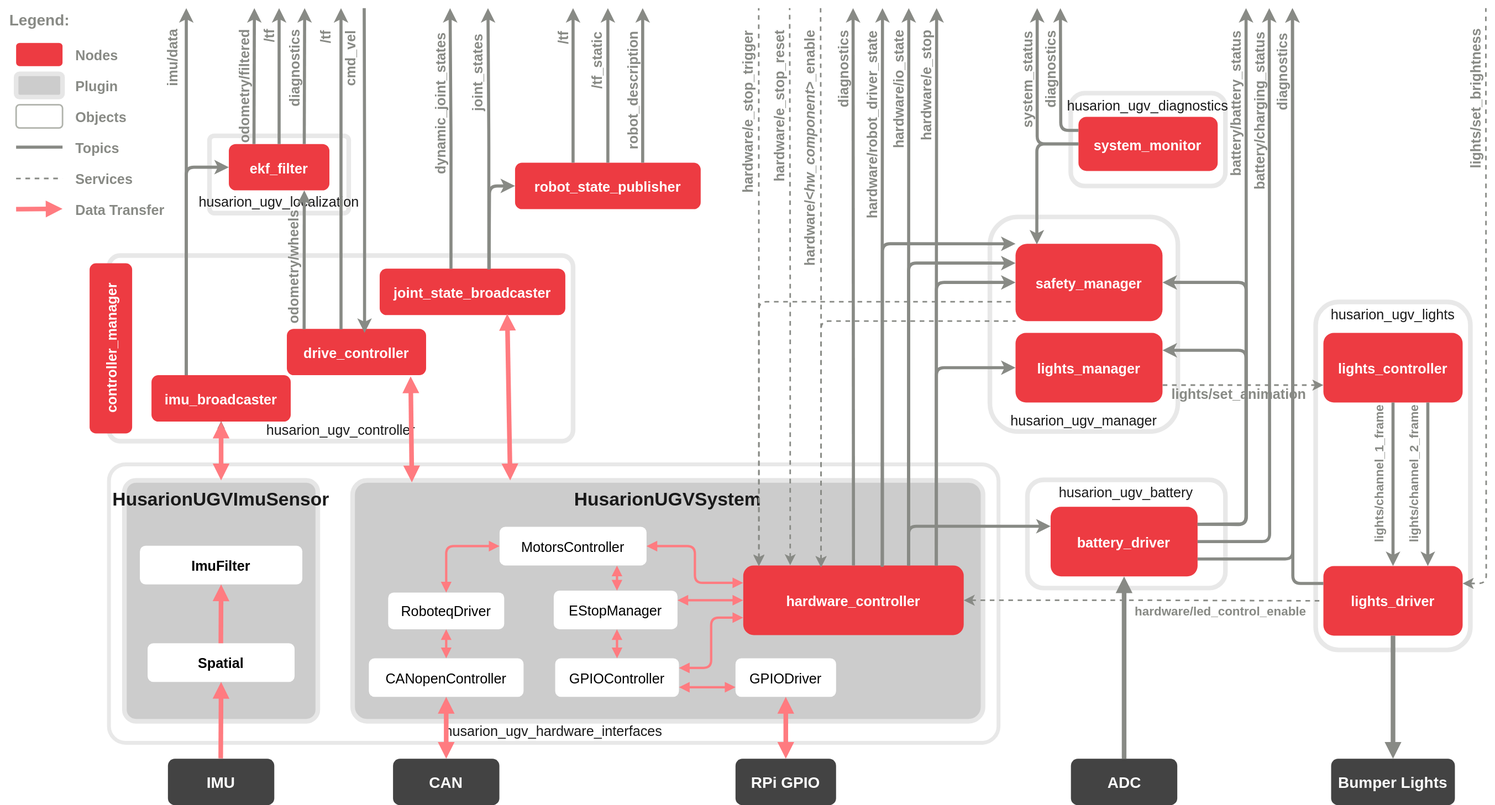
The draw.io diagram .docs/ros2_system_design.drawio.svg in husarion/panther_ros, before a commit. Source tidied: cells renumbered, new cells last; positions are measured from the earlier drawing's top-left corner, leaving out a move shared by most shapes.
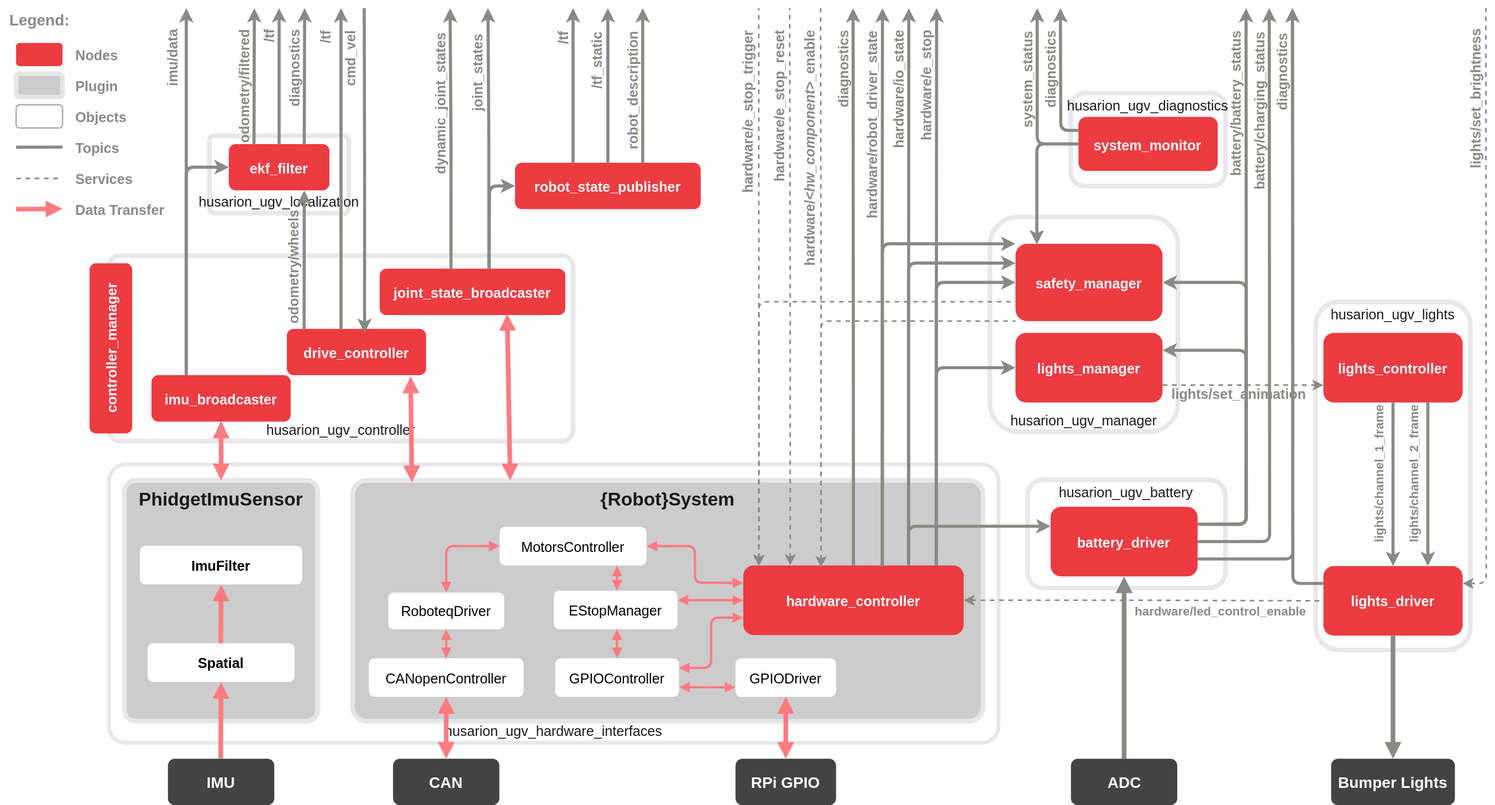
Above is the later version.

The edit, as a diff of the source:
```diff
@@ -23,7 +23,7 @@
     <mxCell id="8" value="&lt;span style=&quot;font-family: Helvetica; font-size: 18px; font-style: normal; font-variant-ligatures: normal; font-variant-caps: normal; font-weight: 400; letter-spacing: normal; orphans: 2; text-align: center; text-indent: 0px; text-transform: none; widows: 2; word-spacing: 0px; -webkit-text-stroke-width: 0px; white-space: normal; text-decoration-thickness: initial; text-decoration-style: initial; text-decoration-color: initial; float: none; display: inline !important;&quot;&gt;&lt;font color=&quot;#1a1a1a&quot;&gt;husarion_ugv_diagnostics&lt;/font&gt;&lt;/span&gt;" style="rounded=1;whiteSpace=wrap;html=1;fillColor=default;strokeWidth=6;strokeColor=#E6E6E6;opacity=90;verticalAlign=top;" parent="1" vertex="1">
       <mxGeometry x="1383.4" y="115" width="200" height="120" as="geometry" />
     </mxCell>
-    <mxCell id="9" value="&lt;font color=&quot;#1a1a1a&quot; style=&quot;font-size: 24px;&quot;&gt;HusarionUGVSystem&lt;/font&gt;" style="rounded=1;whiteSpace=wrap;html=1;fontSize=19;fontFamily=Helvetica;spacing=2;spacingTop=4;fontStyle=1;align=center;labelBackgroundColor=none;fillColor=#CCCCCC;strokeColor=#E6E6E6;arcSize=6;verticalAlign=top;fontColor=#FFFFFF;gradientColor=none;strokeWidth=6;" parent="1" vertex="1">
+    <mxCell id="9" value="&lt;font color=&quot;#1a1a1a&quot; style=&quot;font-size: 24px;&quot;&gt;{Robot}System&lt;/font&gt;" style="rounded=1;whiteSpace=wrap;html=1;fontSize=19;fontFamily=Helvetica;spacing=2;spacingTop=4;fontStyle=1;align=center;labelBackgroundColor=none;fillColor=#CCCCCC;strokeColor=#E6E6E6;arcSize=6;verticalAlign=top;fontColor=#FFFFFF;gradientColor=none;strokeWidth=6;" parent="1" vertex="1">
       <mxGeometry x="455" y="615.7" width="815" height="311.5" as="geometry" />
     </mxCell>
     <mxCell id="10" value="&lt;span style=&quot;color: rgb(255, 255, 255); text-align: left;&quot;&gt;&lt;font style=&quot;font-size: 18px;&quot;&gt;hardware_controller&lt;/font&gt;&lt;/span&gt;" style="rounded=1;whiteSpace=wrap;html=1;strokeColor=none;fillColor=#ED3B42;fontColor=#000000;fontSize=19;fontFamily=Helvetica;spacing=2;spacingTop=4;fontStyle=1;strokeWidth=2;" parent="1" vertex="1">
@@ -109,7 +109,7 @@
     <mxCell id="35" style="edgeStyle=orthogonalEdgeStyle;rounded=0;jettySize=auto;html=1;" parent="1" edge="1" source="36" target="30">
       <mxGeometry relative="1" as="geometry" />
     </mxCell>
-    <mxCell id="36" value="&lt;div style=&quot;font-size: 24px;&quot;&gt;&lt;font color=&quot;#1a1a1a&quot; style=&quot;font-size: 24px;&quot;&gt;HusarionUGVImuSensor&lt;/font&gt;&lt;/div&gt;&lt;div style=&quot;font-size: 24px;&quot;&gt;&lt;br&gt;&lt;/div&gt;" style="rounded=1;whiteSpace=wrap;html=1;fontSize=19;fontFamily=Helvetica;spacing=2;spacingTop=4;fontStyle=1;align=center;labelBackgroundColor=none;fillColor=#CCCCCC;strokeColor=#E6E6E6;fontColor=#FFFFFF;arcSize=6;verticalAlign=top;strokeWidth=6;" parent="1" vertex="1">
+    <mxCell id="36" value="&lt;div style=&quot;font-size: 24px;&quot;&gt;&lt;font color=&quot;#1a1a1a&quot; style=&quot;font-size: 24px;&quot;&gt;PhidgetImuSensor&lt;/font&gt;&lt;/div&gt;&lt;div style=&quot;font-size: 24px;&quot;&gt;&lt;br&gt;&lt;/div&gt;" style="rounded=1;whiteSpace=wrap;html=1;fontSize=19;fontFamily=Helvetica;spacing=2;spacingTop=4;fontStyle=1;align=center;labelBackgroundColor=none;fillColor=#CCCCCC;strokeColor=#E6E6E6;fontColor=#FFFFFF;arcSize=6;verticalAlign=top;strokeWidth=6;" parent="1" vertex="1">
       <mxGeometry x="160" y="615.7" width="250" height="311.5" as="geometry" />
     </mxCell>
     <mxCell id="37" value="IMU" style="rounded=1;whiteSpace=wrap;html=1;strokeColor=none;strokeWidth=8;fontFamily=Helvetica;fontSize=20;fontColor=#ffffff;fillColor=#434343;gradientColor=none;fontStyle=1;glass=0;shadow=0;spacingTop=1;" parent="1" vertex="1">
```
